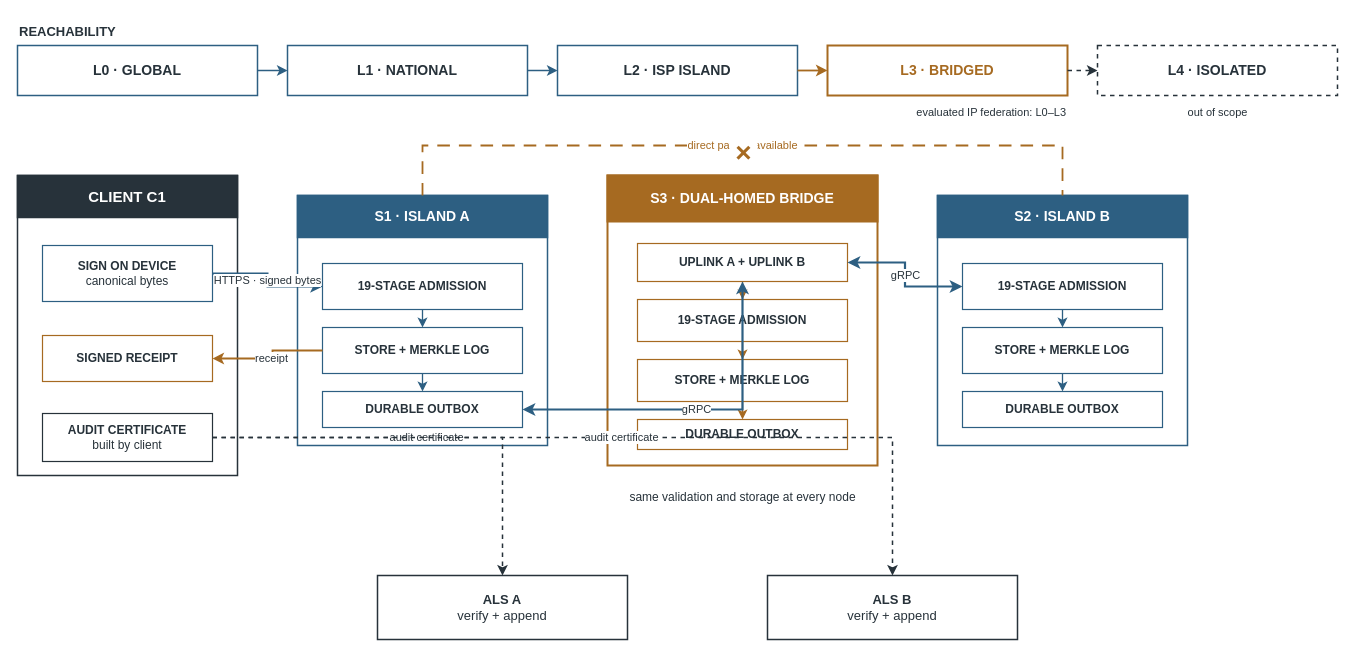
Earlier version of the draw.io diagram final-paper/IEEE-conference-template-062824/figures/drawio/system-architecture.drawio (tasmirz/jagoo-bahee). Source tidied: cells renumbered, new cells numbered last; positions are measured from the earlier drawing's top-left corner, leaving out a move shared by most shapes. Both pictures are drawn from the tidied source at 100%, with x=0, y=0 at pixel (17, 17).
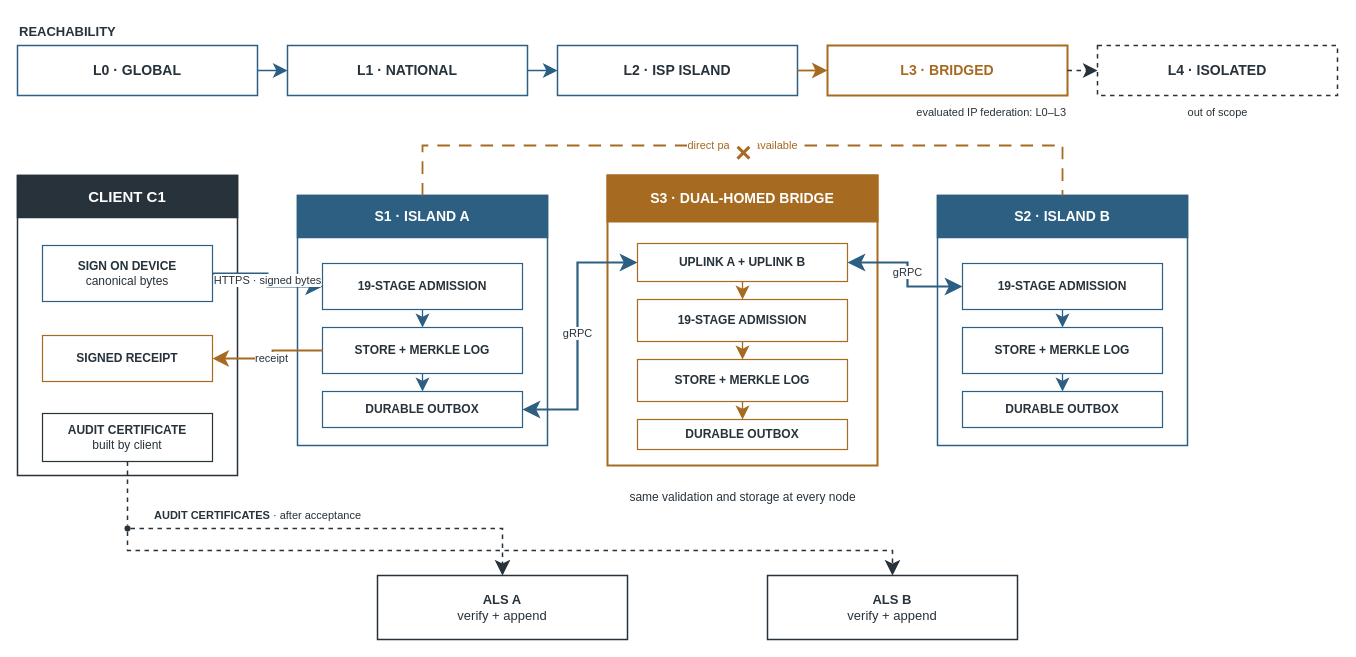
The same diagram, later.

Unchanged cells that the change refers to:
```xml
<mxCell id="3" value="&lt;b&gt;L0 · GLOBAL&lt;/b&gt;" style="rounded=0;whiteSpace=wrap;html=1;strokeColor=#2D5F82;strokeWidth=1.5;fillColor=#FFFFFF;fontFamily=Helvetica;fontSize=14;fontColor=#27323A;align=center;verticalAlign=middle;" parent="1" vertex="1">
  <mxGeometry y="28" width="240" height="50" as="geometry" />
</mxCell>
<mxCell id="4" value="&lt;b&gt;L1 · NATIONAL&lt;/b&gt;" style="rounded=0;whiteSpace=wrap;html=1;strokeColor=#2D5F82;strokeWidth=1.5;fillColor=#FFFFFF;fontFamily=Helvetica;fontSize=14;fontColor=#27323A;align=center;verticalAlign=middle;" parent="1" vertex="1">
  <mxGeometry x="270" y="28" width="240" height="50" as="geometry" />
</mxCell>
<mxCell id="5" value="&lt;b&gt;L2 · ISP ISLAND&lt;/b&gt;" style="rounded=0;whiteSpace=wrap;html=1;strokeColor=#2D5F82;strokeWidth=1.5;fillColor=#FFFFFF;fontFamily=Helvetica;fontSize=14;fontColor=#27323A;align=center;verticalAlign=middle;" parent="1" vertex="1">
  <mxGeometry x="540" y="28" width="240" height="50" as="geometry" />
</mxCell>
<mxCell id="6" value="&lt;b&gt;L3 · BRIDGED&lt;/b&gt;" style="rounded=0;whiteSpace=wrap;html=1;strokeColor=#A66A21;strokeWidth=2;fillColor=#FFFFFF;fontFamily=Helvetica;fontSize=14;fontColor=#A66A21;align=center;verticalAlign=middle;" parent="1" vertex="1">
  <mxGeometry x="810" y="28" width="240" height="50" as="geometry" />
</mxCell>
<mxCell id="7" value="&lt;b&gt;L4 · ISOLATED&lt;/b&gt;" style="rounded=0;whiteSpace=wrap;html=1;strokeColor=#27323A;strokeWidth=1.5;dashed=1;fillColor=#FFFFFF;fontFamily=Helvetica;fontSize=14;fontColor=#27323A;align=center;verticalAlign=middle;" parent="1" vertex="1">
  <mxGeometry x="1080" y="28" width="240" height="50" as="geometry" />
</mxCell>
<mxCell id="16" value="&lt;b&gt;SIGN ON DEVICE&lt;/b&gt;&lt;br&gt;canonical bytes" style="rounded=0;whiteSpace=wrap;html=1;strokeColor=#2D5F82;strokeWidth=1.2;fillColor=#FFFFFF;fontFamily=Helvetica;fontSize=12;fontColor=#27323A;align=center;verticalAlign=middle;" parent="1" vertex="1">
  <mxGeometry x="25" y="228" width="170" height="56" as="geometry" />
</mxCell>
<mxCell id="17" value="&lt;b&gt;SIGNED RECEIPT&lt;/b&gt;" style="rounded=0;whiteSpace=wrap;html=1;strokeColor=#A66A21;strokeWidth=1.2;fillColor=#FFFFFF;fontFamily=Helvetica;fontSize=12;fontColor=#27323A;align=center;verticalAlign=middle;" parent="1" vertex="1">
  <mxGeometry x="25" y="318" width="170" height="46" as="geometry" />
</mxCell>
<mxCell id="18" value="&lt;b&gt;AUDIT CERTIFICATE&lt;/b&gt;&lt;br&gt;built by client" style="rounded=0;whiteSpace=wrap;html=1;strokeColor=#27323A;strokeWidth=1.2;fillColor=#FFFFFF;fontFamily=Helvetica;fontSize=12;fontColor=#27323A;align=center;verticalAlign=middle;" parent="1" vertex="1">
  <mxGeometry x="25" y="396" width="170" height="48" as="geometry" />
</mxCell>
<mxCell id="21" value="&lt;b&gt;19-STAGE ADMISSION&lt;/b&gt;" style="rounded=0;whiteSpace=wrap;html=1;strokeColor=#2D5F82;strokeWidth=1.2;fillColor=#FFFFFF;fontFamily=Helvetica;fontSize=12;fontColor=#27323A;align=center;verticalAlign=middle;" parent="1" vertex="1">
  <mxGeometry x="305" y="246" width="200" height="46" as="geometry" />
</mxCell>
<mxCell id="22" value="&lt;b&gt;STORE + MERKLE LOG&lt;/b&gt;" style="rounded=0;whiteSpace=wrap;html=1;strokeColor=#2D5F82;strokeWidth=1.2;fillColor=#FFFFFF;fontFamily=Helvetica;fontSize=12;fontColor=#27323A;align=center;verticalAlign=middle;" parent="1" vertex="1">
  <mxGeometry x="305" y="310" width="200" height="46" as="geometry" />
</mxCell>
<mxCell id="23" value="&lt;b&gt;DURABLE OUTBOX&lt;/b&gt;" style="rounded=0;whiteSpace=wrap;html=1;strokeColor=#2D5F82;strokeWidth=1.2;fillColor=#FFFFFF;fontFamily=Helvetica;fontSize=12;fontColor=#27323A;align=center;verticalAlign=middle;" parent="1" vertex="1">
  <mxGeometry x="305" y="374" width="200" height="36" as="geometry" />
</mxCell>
<mxCell id="28" value="&lt;b&gt;UPLINK A + UPLINK B&lt;/b&gt;" style="rounded=0;whiteSpace=wrap;html=1;strokeColor=#A66A21;strokeWidth=1.2;fillColor=#FFFFFF;fontFamily=Helvetica;fontSize=12;fontColor=#27323A;align=center;verticalAlign=middle;" parent="1" vertex="1">
  <mxGeometry x="620" y="226" width="210" height="38" as="geometry" />
</mxCell>
<mxCell id="29" value="&lt;b&gt;19-STAGE ADMISSION&lt;/b&gt;" style="rounded=0;whiteSpace=wrap;html=1;strokeColor=#A66A21;strokeWidth=1.2;fillColor=#FFFFFF;fontFamily=Helvetica;fontSize=12;fontColor=#27323A;align=center;verticalAlign=middle;" parent="1" vertex="1">
  <mxGeometry x="620" y="282" width="210" height="42" as="geometry" />
</mxCell>
<mxCell id="30" value="&lt;b&gt;STORE + MERKLE LOG&lt;/b&gt;" style="rounded=0;whiteSpace=wrap;html=1;strokeColor=#A66A21;strokeWidth=1.2;fillColor=#FFFFFF;fontFamily=Helvetica;fontSize=12;fontColor=#27323A;align=center;verticalAlign=middle;" parent="1" vertex="1">
  <mxGeometry x="620" y="342" width="210" height="42" as="geometry" />
</mxCell>
<mxCell id="31" value="&lt;b&gt;DURABLE OUTBOX&lt;/b&gt;" style="rounded=0;whiteSpace=wrap;html=1;strokeColor=#A66A21;strokeWidth=1.2;fillColor=#FFFFFF;fontFamily=Helvetica;fontSize=12;fontColor=#27323A;align=center;verticalAlign=middle;" parent="1" vertex="1">
  <mxGeometry x="620" y="402" width="210" height="30" as="geometry" />
</mxCell>
<mxCell id="37" value="&lt;b&gt;19-STAGE ADMISSION&lt;/b&gt;" style="rounded=0;whiteSpace=wrap;html=1;strokeColor=#2D5F82;strokeWidth=1.2;fillColor=#FFFFFF;fontFamily=Helvetica;fontSize=12;fontColor=#27323A;align=center;verticalAlign=middle;" parent="1" vertex="1">
  <mxGeometry x="945" y="246" width="200" height="46" as="geometry" />
</mxCell>
<mxCell id="38" value="&lt;b&gt;STORE + MERKLE LOG&lt;/b&gt;" style="rounded=0;whiteSpace=wrap;html=1;strokeColor=#2D5F82;strokeWidth=1.2;fillColor=#FFFFFF;fontFamily=Helvetica;fontSize=12;fontColor=#27323A;align=center;verticalAlign=middle;" parent="1" vertex="1">
  <mxGeometry x="945" y="310" width="200" height="46" as="geometry" />
</mxCell>
<mxCell id="39" value="&lt;b&gt;DURABLE OUTBOX&lt;/b&gt;" style="rounded=0;whiteSpace=wrap;html=1;strokeColor=#2D5F82;strokeWidth=1.2;fillColor=#FFFFFF;fontFamily=Helvetica;fontSize=12;fontColor=#27323A;align=center;verticalAlign=middle;" parent="1" vertex="1">
  <mxGeometry x="945" y="374" width="200" height="36" as="geometry" />
</mxCell>
<mxCell id="49" value="&lt;b&gt;ALS A&lt;/b&gt;&lt;br&gt;verify + append" style="rounded=0;whiteSpace=wrap;html=1;strokeColor=#27323A;strokeWidth=1.5;fillColor=#FFFFFF;fontFamily=Helvetica;fontSize=13;fontColor=#27323A;align=center;verticalAlign=middle;" parent="1" vertex="1">
  <mxGeometry x="360" y="558" width="250" height="64" as="geometry" />
</mxCell>
<mxCell id="50" value="&lt;b&gt;ALS B&lt;/b&gt;&lt;br&gt;verify + append" style="rounded=0;whiteSpace=wrap;html=1;strokeColor=#27323A;strokeWidth=1.5;fillColor=#FFFFFF;fontFamily=Helvetica;fontSize=13;fontColor=#27323A;align=center;verticalAlign=middle;" parent="1" vertex="1">
  <mxGeometry x="750" y="558" width="250" height="64" as="geometry" />
</mxCell>
```

What changed in the source:
```diff
@@
-    <mxCell id="8" style="edgeStyle=orthogonalEdgeStyle;rounded=0;html=1;strokeColor=#2D5F82;strokeWidth=1.5;endArrow=classic;endFill=1;" parent="1" edge="1" source="3" target="4">
+    <mxCell id="8" style="edgeStyle=orthogonalEdgeStyle;rounded=0;html=1;strokeColor=#2D5F82;strokeWidth=1.5;endArrow=classic;endFill=1;endSize=10;exitX=1;exitY=0.5;entryX=0;entryY=0.5;" parent="1" edge="1" source="3" target="4">
       <mxGeometry relative="1" as="geometry" />
     </mxCell>
-    <mxCell id="9" style="edgeStyle=orthogonalEdgeStyle;rounded=0;html=1;strokeColor=#2D5F82;strokeWidth=1.5;endArrow=classic;endFill=1;" parent="1" edge="1" source="4" target="5">
+    <mxCell id="9" style="edgeStyle=orthogonalEdgeStyle;rounded=0;html=1;strokeColor=#2D5F82;strokeWidth=1.5;endArrow=classic;endFill=1;endSize=10;exitX=1;exitY=0.5;entryX=0;entryY=0.5;" parent="1" edge="1" source="4" target="5">
       <mxGeometry relative="1" as="geometry" />
     </mxCell>
-    <mxCell id="10" style="edgeStyle=orthogonalEdgeStyle;rounded=0;html=1;strokeColor=#A66A21;strokeWidth=1.8;endArrow=classic;endFill=1;" parent="1" edge="1" source="5" target="6">
+    <mxCell id="10" style="edgeStyle=orthogonalEdgeStyle;rounded=0;html=1;strokeColor=#A66A21;strokeWidth=1.8;endArrow=classic;endFill=1;endSize=10;exitX=1;exitY=0.5;entryX=0;entryY=0.5;" parent="1" edge="1" source="5" target="6">
       <mxGeometry relative="1" as="geometry" />
     </mxCell>
-    <mxCell id="11" style="edgeStyle=orthogonalEdgeStyle;rounded=0;html=1;strokeColor=#27323A;strokeWidth=1.5;dashed=1;endArrow=classic;endFill=1;" parent="1" edge="1" source="6" target="7">
+    <mxCell id="11" style="edgeStyle=orthogonalEdgeStyle;rounded=0;html=1;strokeColor=#27323A;strokeWidth=1.5;dashed=1;endArrow=classic;endFill=1;endSize=10;exitX=1;exitY=0.5;entryX=0;entryY=0.5;" parent="1" edge="1" source="6" target="7">
       <mxGeometry relative="1" as="geometry" />
     </mxCell>
@@
-    <mxCell id="24" style="edgeStyle=orthogonalEdgeStyle;rounded=0;html=1;strokeColor=#2D5F82;strokeWidth=1.3;endArrow=classic;endFill=1;" parent="1" edge="1" source="21" target="22">
+    <mxCell id="24" style="edgeStyle=orthogonalEdgeStyle;rounded=0;html=1;strokeColor=#2D5F82;strokeWidth=1.3;endArrow=classic;endFill=1;endSize=10;exitX=0.5;exitY=1;entryX=0.5;entryY=0;" parent="1" edge="1" source="21" target="22">
       <mxGeometry relative="1" as="geometry" />
     </mxCell>
-    <mxCell id="25" style="edgeStyle=orthogonalEdgeStyle;rounded=0;html=1;strokeColor=#2D5F82;strokeWidth=1.3;endArrow=classic;endFill=1;" parent="1" edge="1" source="22" target="23">
+    <mxCell id="25" style="edgeStyle=orthogonalEdgeStyle;rounded=0;html=1;strokeColor=#2D5F82;strokeWidth=1.3;endArrow=classic;endFill=1;endSize=10;exitX=0.5;exitY=1;entryX=0.5;entryY=0;" parent="1" edge="1" source="22" target="23">
       <mxGeometry relative="1" as="geometry" />
     </mxCell>
@@
-    <mxCell id="32" style="edgeStyle=orthogonalEdgeStyle;rounded=0;html=1;strokeColor=#A66A21;strokeWidth=1.3;endArrow=classic;endFill=1;" parent="1" edge="1" source="28" target="29">
+    <mxCell id="32" style="edgeStyle=orthogonalEdgeStyle;rounded=0;html=1;strokeColor=#A66A21;strokeWidth=1.3;endArrow=classic;endFill=1;endSize=10;exitX=0.5;exitY=1;entryX=0.5;entryY=0;" parent="1" edge="1" source="28" target="29">
       <mxGeometry relative="1" as="geometry" />
     </mxCell>
-    <mxCell id="33" style="edgeStyle=orthogonalEdgeStyle;rounded=0;html=1;strokeColor=#A66A21;strokeWidth=1.3;endArrow=classic;endFill=1;" parent="1" edge="1" source="29" target="30">
+    <mxCell id="33" style="edgeStyle=orthogonalEdgeStyle;rounded=0;html=1;strokeColor=#A66A21;strokeWidth=1.3;endArrow=classic;endFill=1;endSize=10;exitX=0.5;exitY=1;entryX=0.5;entryY=0;" parent="1" edge="1" source="29" target="30">
       <mxGeometry relative="1" as="geometry" />
     </mxCell>
-    <mxCell id="34" style="edgeStyle=orthogonalEdgeStyle;rounded=0;html=1;strokeColor=#A66A21;strokeWidth=1.3;endArrow=classic;endFill=1;" parent="1" edge="1" source="30" target="31">
+    <mxCell id="34" style="edgeStyle=orthogonalEdgeStyle;rounded=0;html=1;strokeColor=#A66A21;strokeWidth=1.3;endArrow=classic;endFill=1;endSize=10;exitX=0.5;exitY=1;entryX=0.5;entryY=0;" parent="1" edge="1" source="30" target="31">
       <mxGeometry relative="1" as="geometry" />
     </mxCell>
@@
-    <mxCell id="40" style="edgeStyle=orthogonalEdgeStyle;rounded=0;html=1;strokeColor=#2D5F82;strokeWidth=1.3;endArrow=classic;endFill=1;" parent="1" edge="1" source="37" target="38">
+    <mxCell id="40" style="edgeStyle=orthogonalEdgeStyle;rounded=0;html=1;strokeColor=#2D5F82;strokeWidth=1.3;endArrow=classic;endFill=1;endSize=10;exitX=0.5;exitY=1;entryX=0.5;entryY=0;" parent="1" edge="1" source="37" target="38">
       <mxGeometry relative="1" as="geometry" />
     </mxCell>
-    <mxCell id="41" style="edgeStyle=orthogonalEdgeStyle;rounded=0;html=1;strokeColor=#2D5F82;strokeWidth=1.3;endArrow=classic;endFill=1;" parent="1" edge="1" source="38" target="39">
+    <mxCell id="41" style="edgeStyle=orthogonalEdgeStyle;rounded=0;html=1;strokeColor=#2D5F82;strokeWidth=1.3;endArrow=classic;endFill=1;endSize=10;exitX=0.5;exitY=1;entryX=0.5;entryY=0;" parent="1" edge="1" source="38" target="39">
       <mxGeometry relative="1" as="geometry" />
     </mxCell>
-    <mxCell id="42" value="HTTPS · signed bytes" style="edgeStyle=orthogonalEdgeStyle;rounded=0;html=1;strokeColor=#2D5F82;strokeWidth=2;endArrow=classic;endFill=1;fontFamily=Helvetica;fontSize=11;fontColor=#27323A;labelBackgroundColor=#FFFFFF;" parent="1" edge="1" source="16" target="21">
+    <mxCell id="42" value="HTTPS · signed bytes" style="edgeStyle=orthogonalEdgeStyle;rounded=0;html=1;strokeColor=#2D5F82;strokeWidth=2;endArrow=classic;endFill=1;endSize=11;fontFamily=Helvetica;fontSize=11;fontColor=#27323A;labelBackgroundColor=#FFFFFF;exitX=1;exitY=0.5;entryX=0;entryY=0.5;" parent="1" edge="1" source="16" target="21">
       <mxGeometry relative="1" as="geometry" />
     </mxCell>
-    <mxCell id="43" value="receipt" style="edgeStyle=orthogonalEdgeStyle;rounded=0;html=1;strokeColor=#A66A21;strokeWidth=1.8;endArrow=classic;endFill=1;fontFamily=Helvetica;fontSize=11;fontColor=#27323A;labelBackgroundColor=#FFFFFF;" parent="1" edge="1" source="22" target="17">
+    <mxCell id="43" value="receipt" style="edgeStyle=orthogonalEdgeStyle;rounded=0;html=1;strokeColor=#A66A21;strokeWidth=1.8;endArrow=classic;endFill=1;endSize=11;fontFamily=Helvetica;fontSize=11;fontColor=#27323A;labelBackgroundColor=#FFFFFF;exitX=0;exitY=0.5;entryX=1;entryY=0.5;" parent="1" edge="1" source="22" target="17">
       <mxGeometry relative="1" as="geometry">
         <Array as="points">
           <mxPoint x="255" y="333" />
+          <mxPoint x="255" y="341" />
         </Array>
       </mxGeometry>
     </mxCell>
-    <mxCell id="44" value="gRPC" style="edgeStyle=orthogonalEdgeStyle;rounded=0;html=1;strokeColor=#2D5F82;strokeWidth=2.2;startArrow=classic;startFill=1;endArrow=classic;endFill=1;fontFamily=Helvetica;fontSize=11;fontColor=#27323A;labelBackgroundColor=#FFFFFF;" parent="1" edge="1" source="23" target="28">
-      <mxGeometry relative="1" as="geometry" />
+    <mxCell id="44" value="gRPC" style="edgeStyle=orthogonalEdgeStyle;rounded=0;html=1;strokeColor=#2D5F82;strokeWidth=2.2;startArrow=classic;startFill=1;startSize=11;endArrow=classic;endFill=1;endSize=11;fontFamily=Helvetica;fontSize=11;fontColor=#27323A;labelBackgroundColor=#FFFFFF;exitX=1;exitY=0.5;entryX=0;entryY=0.5;" parent="1" edge="1" source="23" target="28">
+      <mxGeometry relative="1" as="geometry">
+        <Array as="points">
+          <mxPoint x="560" y="392" />
+          <mxPoint x="560" y="245" />
+        </Array>
+      </mxGeometry>
     </mxCell>
-    <mxCell id="45" value="gRPC" style="edgeStyle=orthogonalEdgeStyle;rounded=0;html=1;strokeColor=#2D5F82;strokeWidth=2.2;startArrow=classic;startFill=1;endArrow=classic;endFill=1;fontFamily=Helvetica;fontSize=11;fontColor=#27323A;labelBackgroundColor=#FFFFFF;" parent="1" edge="1" source="28" target="37">
-      <mxGeometry relative="1" as="geometry" />
+    <mxCell id="45" value="gRPC" style="edgeStyle=orthogonalEdgeStyle;rounded=0;html=1;strokeColor=#2D5F82;strokeWidth=2.2;startArrow=classic;startFill=1;startSize=11;endArrow=classic;endFill=1;endSize=11;fontFamily=Helvetica;fontSize=11;fontColor=#27323A;labelBackgroundColor=#FFFFFF;exitX=1;exitY=0.5;entryX=0;entryY=0.5;" parent="1" edge="1" source="28" target="37">
+      <mxGeometry relative="1" as="geometry">
+        <Array as="points">
+          <mxPoint x="890" y="245" />
+          <mxPoint x="890" y="269" />
+        </Array>
+      </mxGeometry>
     </mxCell>
@@
+    <mxCell id="53" value="&lt;b&gt;AUDIT CERTIFICATES&lt;/b&gt; · after acceptance" style="text;html=1;strokeColor=none;fillColor=#FFFFFF;fontFamily=Helvetica;fontSize=11;fontColor=#27323A;align=left;verticalAlign=middle;" parent="1" vertex="1">
+      <mxGeometry x="135" y="488" width="250" height="20" as="geometry" />
+    </mxCell>
+    <mxCell id="54" style="ellipse;whiteSpace=wrap;html=1;strokeColor=none;fillColor=#27323A;" parent="1" vertex="1">
+      <mxGeometry x="107" y="508" width="6" height="6" as="geometry" />
+    </mxCell>
+    <mxCell id="55" style="edgeStyle=orthogonalEdgeStyle;rounded=0;html=1;strokeColor=#27323A;strokeWidth=1.5;dashed=1;startArrow=none;endArrow=none;exitX=0.5;exitY=1;entryX=0.5;entryY=0;" parent="1" edge="1" source="18" target="54">
+      <mxGeometry relative="1" as="geometry" />
+    </mxCell>
-    <mxCell id="51" value="audit certificate" style="edgeStyle=orthogonalEdgeStyle;rounded=0;html=1;strokeColor=#27323A;strokeWidth=1.5;dashed=1;endArrow=classic;endFill=1;fontFamily=Helvetica;fontSize=11;fontColor=#27323A;labelBackgroundColor=#FFFFFF;" parent="1" edge="1" source="18" target="49">
-      <mxGeometry relative="1" as="geometry" />
+    <mxCell id="51" style="edgeStyle=orthogonalEdgeStyle;rounded=0;html=1;strokeColor=#27323A;strokeWidth=1.5;dashed=1;endArrow=classic;endFill=1;endSize=11;exitX=1;exitY=0.5;entryX=0.5;entryY=0;" parent="1" edge="1" source="54" target="49">
+      <mxGeometry relative="1" as="geometry">
+        <Array as="points">
+          <mxPoint x="485" y="511" />
+          <mxPoint x="485" y="556" />
+        </Array>
+      </mxGeometry>
     </mxCell>
-    <mxCell id="52" value="audit certificate" style="edgeStyle=orthogonalEdgeStyle;rounded=0;html=1;strokeColor=#27323A;strokeWidth=1.5;dashed=1;endArrow=classic;endFill=1;fontFamily=Helvetica;fontSize=11;fontColor=#27323A;labelBackgroundColor=#FFFFFF;" parent="1" edge="1" source="18" target="50">
-      <mxGeometry relative="1" as="geometry" />
+    <mxCell id="52" style="edgeStyle=orthogonalEdgeStyle;rounded=0;html=1;strokeColor=#27323A;strokeWidth=1.5;dashed=1;endArrow=classic;endFill=1;endSize=11;exitX=0.5;exitY=1;entryX=0.5;entryY=0;" parent="1" edge="1" source="54" target="50">
+      <mxGeometry relative="1" as="geometry">
+        <Array as="points">
+          <mxPoint x="110" y="533" />
+          <mxPoint x="875" y="533" />
+          <mxPoint x="875" y="556" />
+        </Array>
+      </mxGeometry>
     </mxCell>
```
